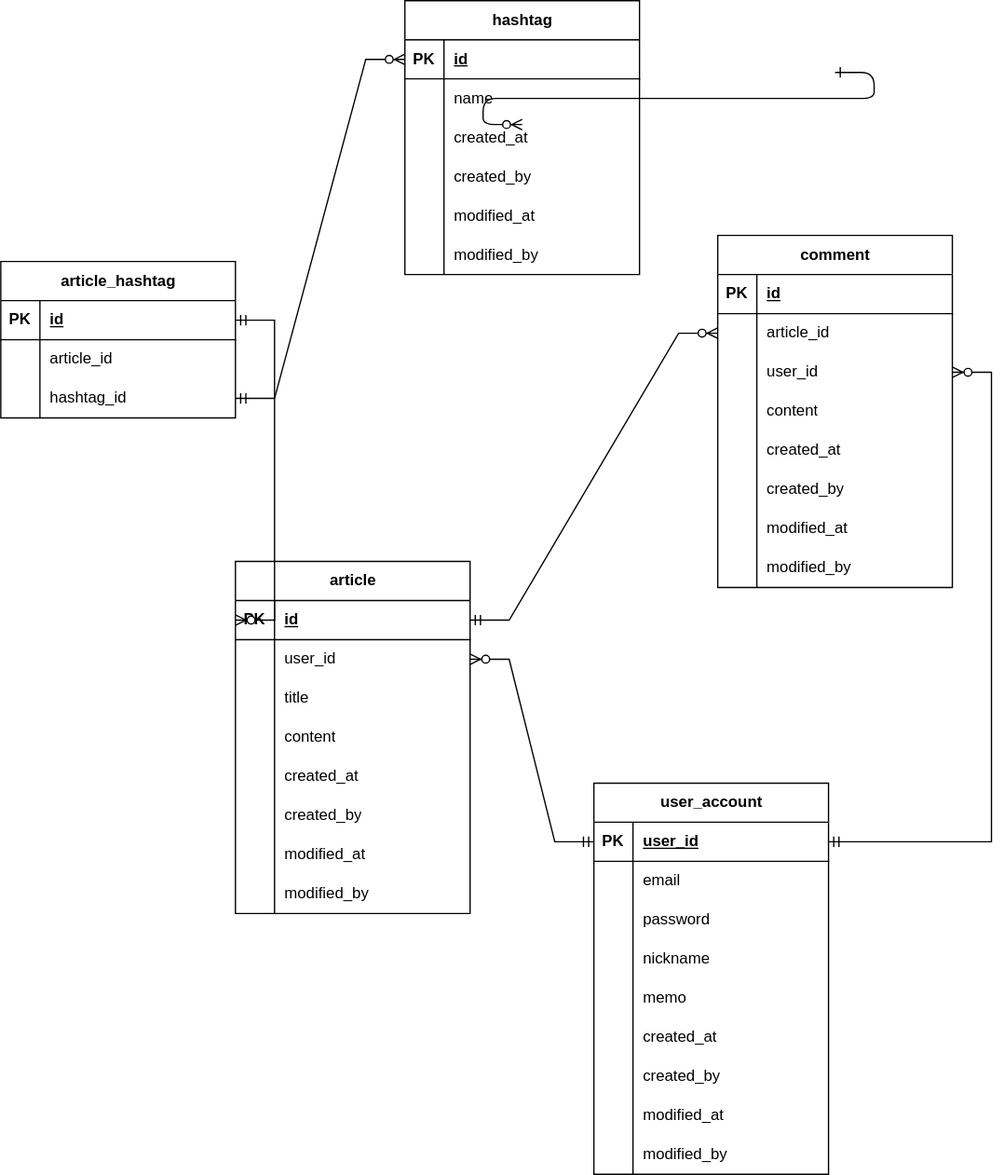
Above: docs/article-diagram.drawio.svg in kurbanovxurshidbek/backend-article-server (draw.io), before the change. Source tidied: cells renumbered, new cells last; positions are measured from the earlier drawing's top-left corner, leaving out a move shared by most shapes.
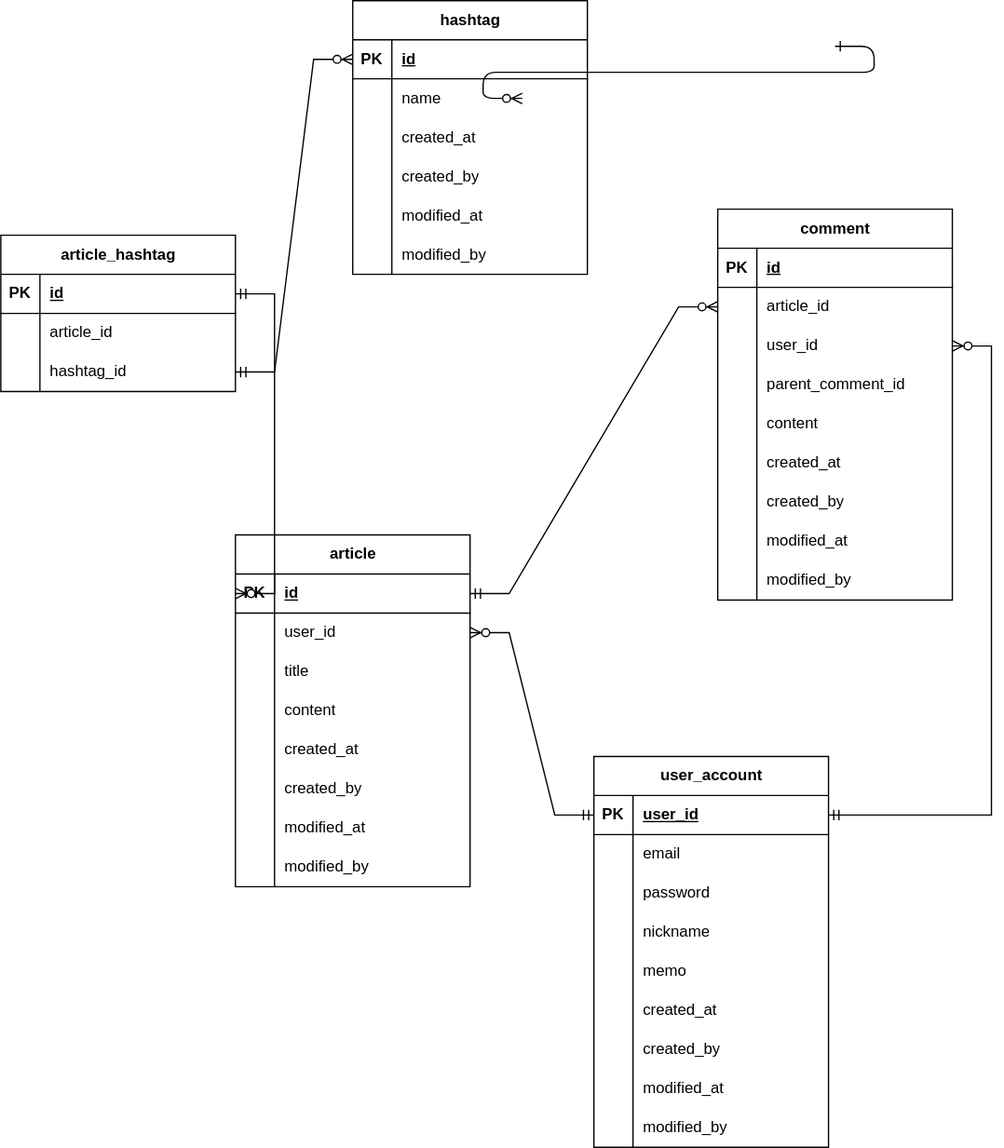
After the change.

Diff of the diagram source:
```diff
@@ -83,7 +83,7 @@
       <mxGeometry x="30" width="150" height="30" as="geometry" />
     </mxCell>
     <mxCell id="28" value="comment" style="shape=table;startSize=30;rowLines=0;fontStyle=1;align=center;html=1;" parent="1" vertex="1">
-      <mxGeometry x="600" y="180" width="180" height="270" as="geometry" />
+      <mxGeometry x="600" y="180" width="180" height="300" as="geometry" />
     </mxCell>
     <mxCell id="29" style="shape=tableRow;horizontal=0;startSize=0;swimlaneHead=0;swimlaneBody=0;fillColor=none;top=0;left=0;right=0;bottom=1;" parent="28" vertex="1">
       <mxGeometry y="30" width="180" height="30" as="geometry" />
@@ -112,8 +112,17 @@
     <mxCell id="37" value="user_id" style="shape=partialRectangle;fillColor=none;top=0;left=0;bottom=0;right=0;align=left;spacingLeft=6;overflow=hidden;whiteSpace=wrap;html=1;" parent="35" vertex="1">
       <mxGeometry x="30" width="150" height="30" as="geometry" />
     </mxCell>
+    <mxCell id="115" style="shape=tableRow;horizontal=0;startSize=0;swimlaneHead=0;swimlaneBody=0;fillColor=none;top=0;left=0;right=0;bottom=0;" parent="28" vertex="1">
+      <mxGeometry y="120" width="180" height="30" as="geometry" />
+    </mxCell>
+    <mxCell id="116" style="shape=partialRectangle;fillColor=none;top=0;left=0;bottom=0;right=0;overflow=hidden;whiteSpace=wrap;html=1;" parent="115" vertex="1">
+      <mxGeometry width="30" height="30" as="geometry" />
+    </mxCell>
+    <mxCell id="117" value="parent_comment_id" style="shape=partialRectangle;fillColor=none;top=0;left=0;bottom=0;right=0;align=left;spacingLeft=6;overflow=hidden;whiteSpace=wrap;html=1;" parent="115" vertex="1">
+      <mxGeometry x="30" width="150" height="30" as="geometry" />
+    </mxCell>
     <mxCell id="38" style="shape=tableRow;horizontal=0;startSize=0;swimlaneHead=0;swimlaneBody=0;fillColor=none;top=0;left=0;right=0;bottom=0;" parent="28" vertex="1">
-      <mxGeometry y="120" width="180" height="30" as="geometry" />
+      <mxGeometry y="150" width="180" height="30" as="geometry" />
     </mxCell>
     <mxCell id="39" style="shape=partialRectangle;fillColor=none;top=0;left=0;bottom=0;right=0;overflow=hidden;whiteSpace=wrap;html=1;" parent="38" vertex="1">
       <mxGeometry width="30" height="30" as="geometry" />
@@ -122,7 +131,7 @@
       <mxGeometry x="30" width="150" height="30" as="geometry" />
     </mxCell>
     <mxCell id="41" style="shape=tableRow;horizontal=0;startSize=0;swimlaneHead=0;swimlaneBody=0;fillColor=none;top=0;left=0;right=0;bottom=0;" parent="28" vertex="1">
-      <mxGeometry y="150" width="180" height="30" as="geometry" />
+      <mxGeometry y="180" width="180" height="30" as="geometry" />
     </mxCell>
     <mxCell id="42" style="shape=partialRectangle;fillColor=none;top=0;left=0;bottom=0;right=0;overflow=hidden;whiteSpace=wrap;html=1;" parent="41" vertex="1">
       <mxGeometry width="30" height="30" as="geometry" />
@@ -131,7 +140,7 @@
       <mxGeometry x="30" width="150" height="30" as="geometry" />
     </mxCell>
     <mxCell id="44" style="shape=tableRow;horizontal=0;startSize=0;swimlaneHead=0;swimlaneBody=0;fillColor=none;top=0;left=0;right=0;bottom=0;" parent="28" vertex="1">
-      <mxGeometry y="180" width="180" height="30" as="geometry" />
+      <mxGeometry y="210" width="180" height="30" as="geometry" />
     </mxCell>
     <mxCell id="45" style="shape=partialRectangle;fillColor=none;top=0;left=0;bottom=0;right=0;overflow=hidden;whiteSpace=wrap;html=1;" parent="44" vertex="1">
       <mxGeometry width="30" height="30" as="geometry" />
@@ -140,7 +149,7 @@
       <mxGeometry x="30" width="150" height="30" as="geometry" />
     </mxCell>
     <mxCell id="47" style="shape=tableRow;horizontal=0;startSize=0;swimlaneHead=0;swimlaneBody=0;fillColor=none;top=0;left=0;right=0;bottom=0;" parent="28" vertex="1">
-      <mxGeometry y="210" width="180" height="30" as="geometry" />
+      <mxGeometry y="240" width="180" height="30" as="geometry" />
     </mxCell>
     <mxCell id="48" style="shape=partialRectangle;fillColor=none;top=0;left=0;bottom=0;right=0;overflow=hidden;whiteSpace=wrap;html=1;" parent="47" vertex="1">
       <mxGeometry width="30" height="30" as="geometry" />
@@ -149,7 +158,7 @@
       <mxGeometry x="30" width="150" height="30" as="geometry" />
     </mxCell>
     <mxCell id="50" style="shape=tableRow;horizontal=0;startSize=0;swimlaneHead=0;swimlaneBody=0;fillColor=none;top=0;left=0;right=0;bottom=0;" parent="28" vertex="1">
-      <mxGeometry y="240" width="180" height="30" as="geometry" />
+      <mxGeometry y="270" width="180" height="30" as="geometry" />
     </mxCell>
     <mxCell id="51" style="shape=partialRectangle;fillColor=none;top=0;left=0;bottom=0;right=0;overflow=hidden;whiteSpace=wrap;html=1;" parent="50" vertex="1">
       <mxGeometry width="30" height="30" as="geometry" />
@@ -242,7 +251,7 @@
       <mxGeometry x="30" width="150" height="30" as="geometry" />
     </mxCell>
     <mxCell id="81" value="hashtag" style="shape=table;startSize=30;rowLines=0;fontStyle=1;align=center;html=1;" parent="1" vertex="1">
-      <mxGeometry x="360" width="180" height="210" as="geometry" />
+      <mxGeometry x="320" y="20" width="180" height="210" as="geometry" />
     </mxCell>
     <mxCell id="82" style="shape=tableRow;horizontal=0;startSize=0;swimlaneHead=0;swimlaneBody=0;fillColor=none;points=[[0,0.5],[1,0.5]];portConstraint=eastwest;top=0;left=0;right=0;bottom=1;" parent="81" vertex="1">
       <mxGeometry y="30" width="180" height="30" as="geometry" />
```
